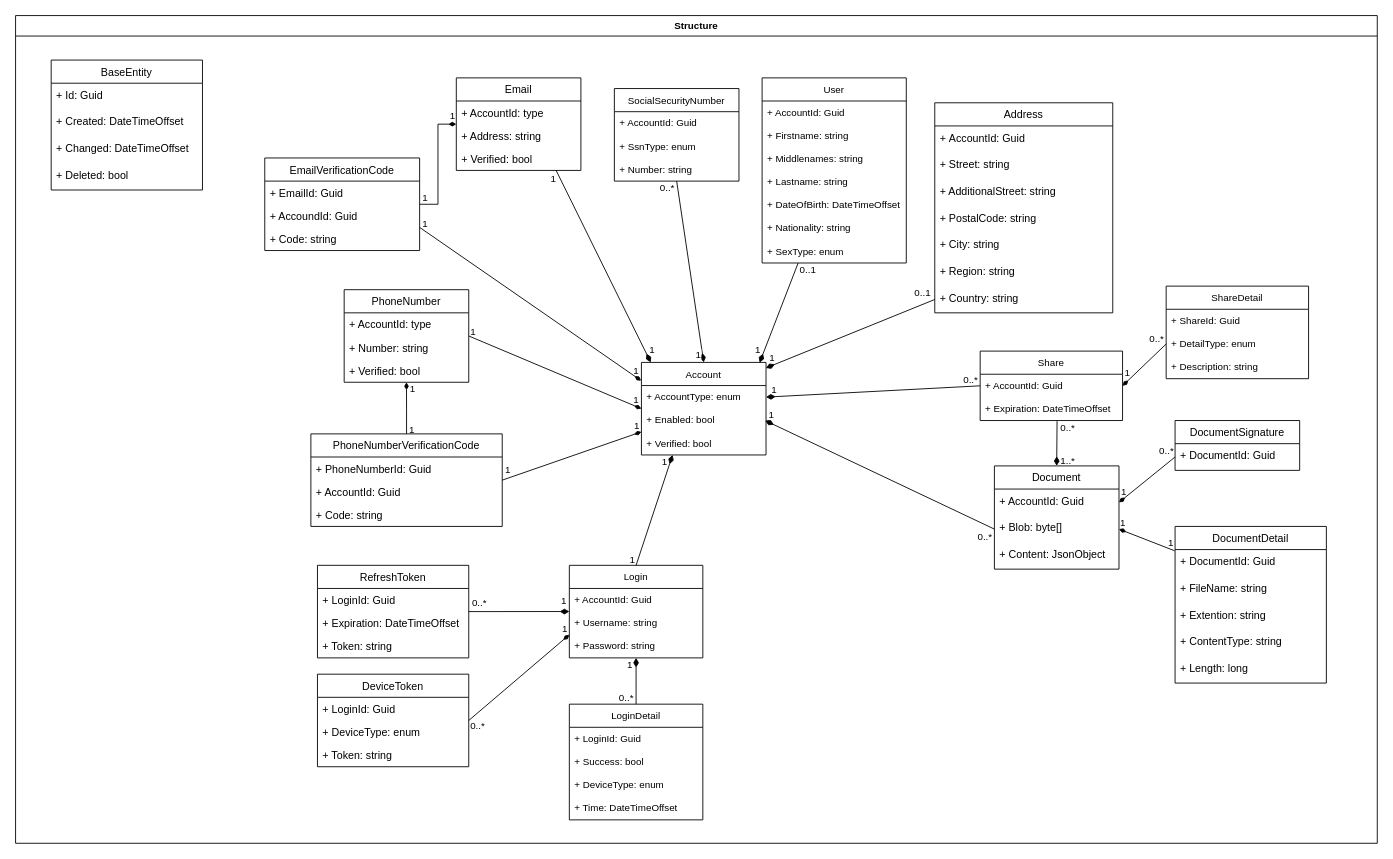
Before: page "V4" (4 of 4) of structure.drawio in ToxicK1dd/FileShare, a draw.io diagram. Source tidied: cells renumbered, new cells numbered last; positions are measured from the earlier drawing's top-left corner, leaving out a move shared by most shapes. Both pictures are drawn from the tidied source at 89%, with x=0, y=0 at pixel (15, 15).
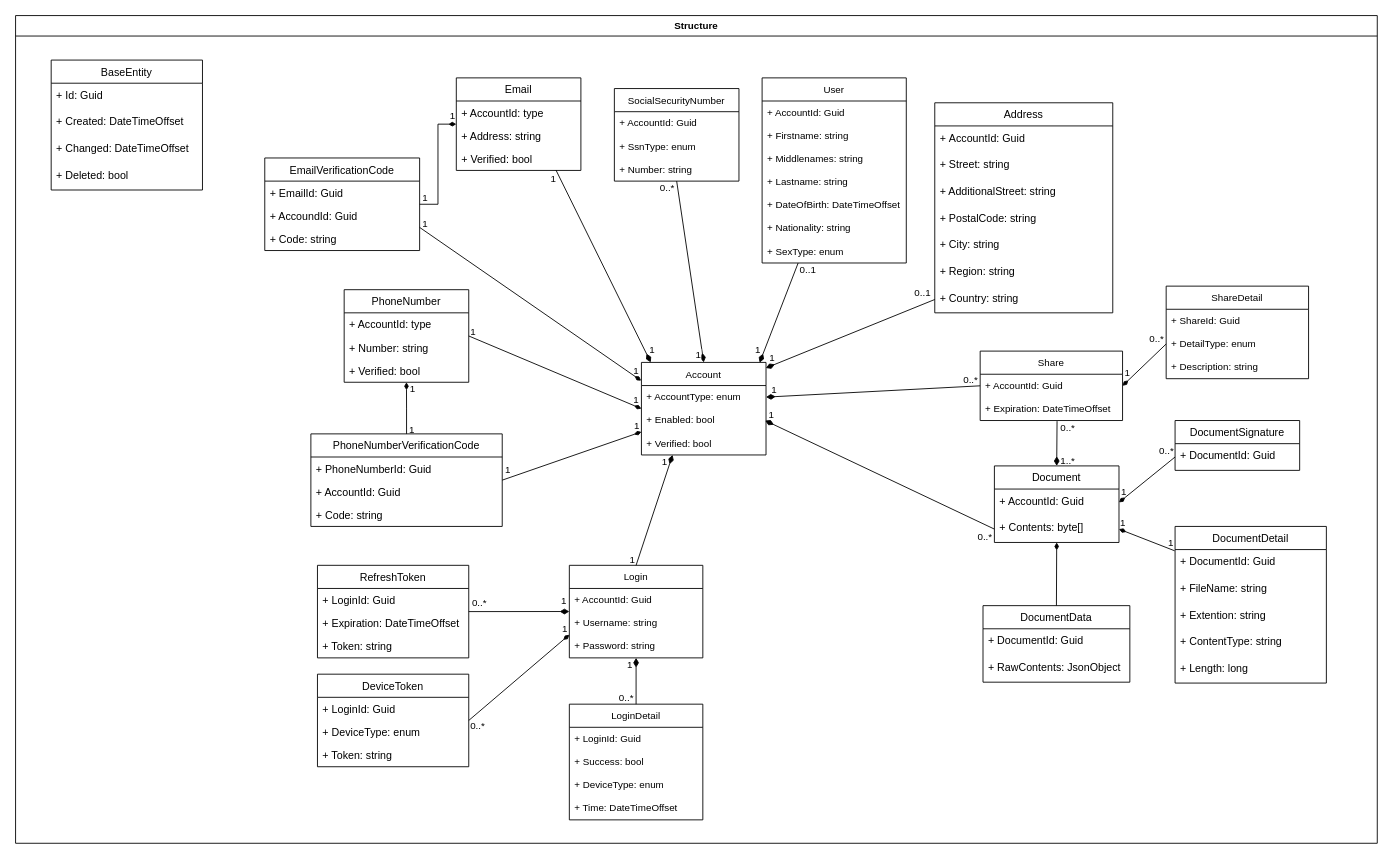
The same diagram, later.

Unchanged cells that the change refers to:
```xml
<mxCell id="2" value="Structure" style="swimlane;labelBackgroundColor=none;fontSize=11;startSize=23;" parent="1" vertex="1">
  <mxGeometry width="1530" height="930" as="geometry" />
</mxCell>
```

Change to the diagram source:
```diff
@@
     <mxCell id="18" value="Document" style="swimlane;fontStyle=0;horizontal=1;startSize=26;fillColor=none;" parent="2" vertex="1">
-      <mxGeometry x="1099.8" y="506" width="140" height="116" as="geometry" />
+      <mxGeometry x="1099.8" y="506" width="140" height="86" as="geometry" />
     </mxCell>
@@
-    <mxCell id="20" value="+ Blob: byte[]" style="text;strokeColor=none;fillColor=none;align=left;verticalAlign=top;spacingLeft=4;spacingRight=4;overflow=hidden;points=[[0,0.5],[1,0.5]];portConstraint=eastwest;" parent="18" vertex="1">
+    <mxCell id="20" value="+ Contents: byte[]" style="text;strokeColor=none;fillColor=none;align=left;verticalAlign=top;spacingLeft=4;spacingRight=4;overflow=hidden;points=[[0,0.5],[1,0.5]];portConstraint=eastwest;" parent="18" vertex="1">
       <mxGeometry y="56" width="140" height="30" as="geometry" />
     </mxCell>
-    <mxCell id="21" value="+ Content: JsonObject" style="text;strokeColor=none;fillColor=none;align=left;verticalAlign=top;spacingLeft=4;spacingRight=4;overflow=hidden;" parent="18" vertex="1">
-      <mxGeometry y="86" width="140" height="30" as="geometry" />
-    </mxCell>
@@
+    <mxCell id="141" style="edgeStyle=none;html=1;exitX=0.5;exitY=0;exitDx=0;exitDy=0;entryX=0.5;entryY=1;entryDx=0;entryDy=0;endArrow=diamondThin;endFill=1;" parent="2" edge="1" source="142" target="18">
+      <mxGeometry relative="1" as="geometry" />
+    </mxCell>
+    <mxCell id="142" value="DocumentData" style="swimlane;fontStyle=0;horizontal=1;startSize=26;fillColor=none;" parent="2" vertex="1">
+      <mxGeometry x="1087" y="663" width="165" height="86" as="geometry" />
+    </mxCell>
+    <mxCell id="143" value="+ DocumentId: Guid" style="text;strokeColor=none;fillColor=none;align=left;verticalAlign=top;spacingLeft=4;spacingRight=4;overflow=hidden;" parent="142" vertex="1">
+      <mxGeometry y="26" width="165" height="30" as="geometry" />
+    </mxCell>
+    <mxCell id="144" value="+ RawContents: JsonObject" style="text;strokeColor=none;fillColor=none;align=left;verticalAlign=top;spacingLeft=4;spacingRight=4;overflow=hidden;" parent="142" vertex="1">
+      <mxGeometry y="56" width="165" height="30" as="geometry" />
+    </mxCell>
```
